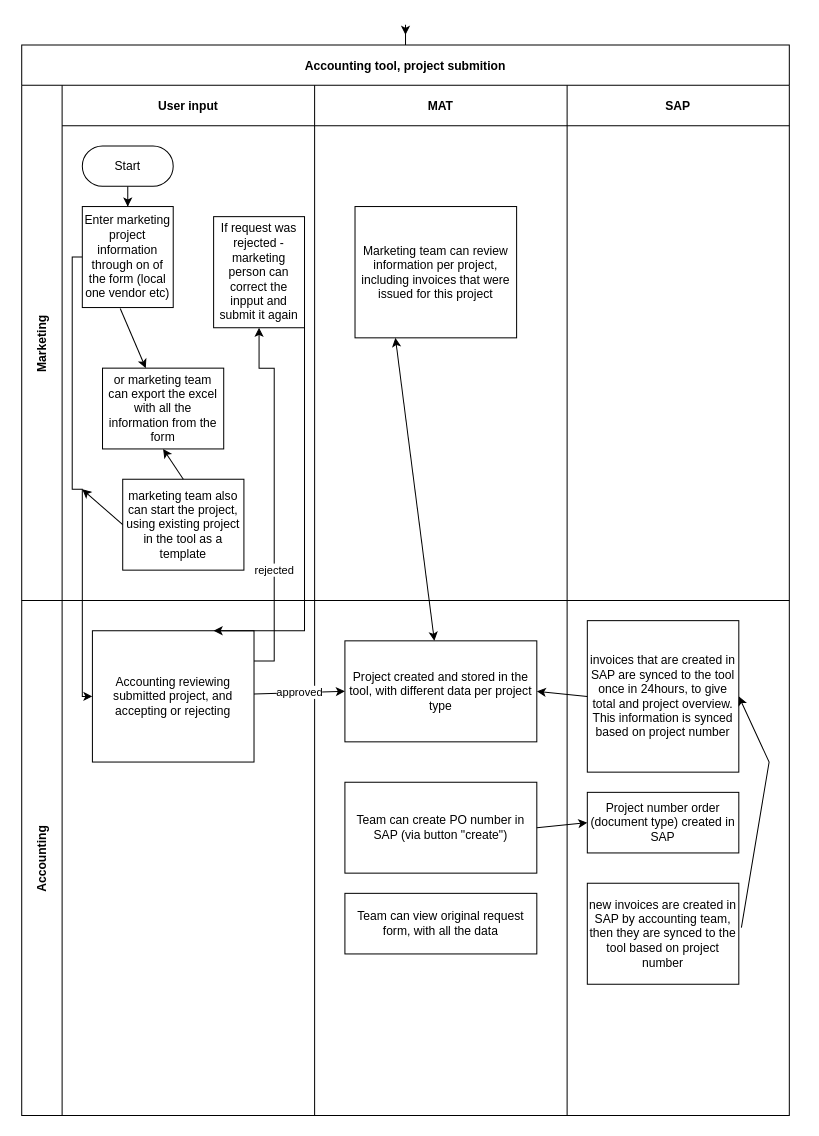
ArtemZan/formiks keeps this draw.io diagram as Untitled Diagram.drawio. Above is the earlier version. Source tidied: cells renumbered, new cells numbered last; positions are measured from the earlier drawing's top-left corner, leaving out a move shared by most shapes. Both pictures are drawn from the tidied source at 101%, with x=0, y=0 at pixel (21, 34).
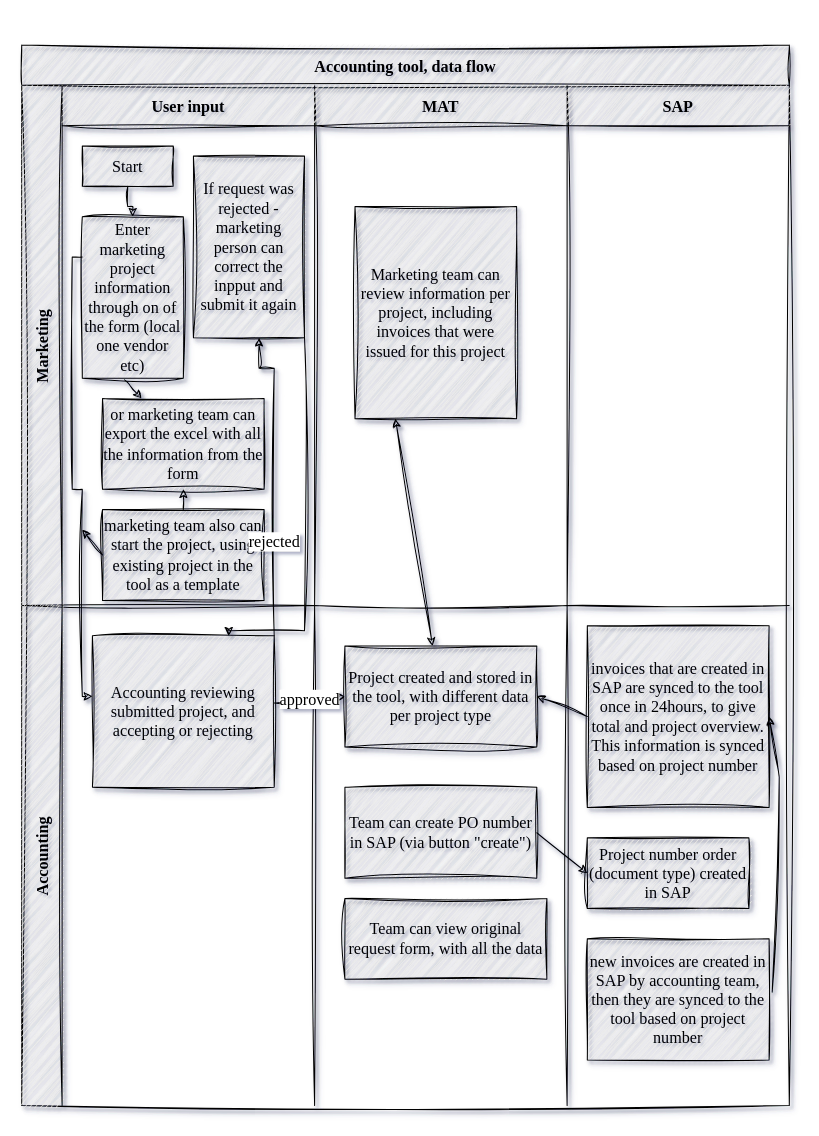
Above is the later version.

Change to the diagram source:
```diff
@@
-<mxGraphModel>
+<mxGraphModel shadow="1">
@@
-    <mxCell id="2" style="edgeStyle=orthogonalEdgeStyle;rounded=0;jettySize=auto;html=1;" parent="1" edge="1" source="3">
-      <mxGeometry relative="1" as="geometry">
-        <mxPoint x="380" as="targetPoint" />
-      </mxGeometry>
-    </mxCell>
-    <mxCell id="3" value="Accounting tool, project submition" style="shape=table;childLayout=tableLayout;startSize=40;fillColor=none;fontStyle=1;" parent="1" vertex="1">
-      <mxGeometry y="10" width="760" height="1060" as="geometry" />
+    <mxCell id="3" value="Accounting tool, data flow" style="shape=table;childLayout=tableLayout;startSize=40;fillColor=#EDEDED;fontStyle=1;sketch=1;curveFitting=1;jiggle=2;shadow=1;rounded=0;fontFamily=Times New Roman;fontSize=16;" parent="1" vertex="1">
+      <mxGeometry y="10" width="760" height="1050" as="geometry" />
     </mxCell>
-    <mxCell id="4" style="edgeStyle=orthogonalEdgeStyle;rounded=0;jettySize=auto;html=1;" parent="3" edge="1" source="9" target="20">
+    <mxCell id="4" style="edgeStyle=orthogonalEdgeStyle;rounded=0;jettySize=auto;html=1;sketch=1;curveFitting=1;jiggle=2;shadow=1;fontFamily=Times New Roman;fontSize=16;" parent="3" edge="1" source="9" target="20">
       <mxGeometry relative="1" as="geometry">
         <Array as="points">
           <mxPoint x="50" y="210" />
           <mxPoint x="50" y="440" />
           <mxPoint x="60" y="440" />
           <mxPoint x="60" y="645" />
         </Array>
       </mxGeometry>
     </mxCell>
-    <mxCell id="5" value="Marketing" style="shape=tableRow;horizontal=0;swimlaneHead=0;swimlaneBody=0;top=0;left=0;bottom=0;right=0;fillColor=none;startSize=40;fontStyle=1;" parent="3" vertex="1">
-      <mxGeometry y="40" width="760" height="510" as="geometry" />
+    <mxCell id="5" value="Marketing" style="shape=tableRow;horizontal=0;swimlaneHead=0;swimlaneBody=0;top=0;left=0;bottom=0;right=0;fillColor=#EDEDED;startSize=40;fontStyle=1;sketch=1;curveFitting=1;jiggle=2;shadow=1;rounded=0;fontFamily=Times New Roman;fontSize=16;" parent="3" vertex="1">
+      <mxGeometry y="40" width="760" height="515" as="geometry" />
     </mxCell>
-    <mxCell id="6" value="User input" style="swimlane;swimlaneHead=0;swimlaneBody=0;fillColor=none;startSize=40;fontStyle=1;" parent="5" vertex="1">
-      <mxGeometry x="40" width="250" height="510" as="geometry" />
+    <mxCell id="6" value="User input" style="swimlane;swimlaneHead=0;swimlaneBody=0;fillColor=#EDEDED;startSize=40;fontStyle=1;sketch=1;curveFitting=1;jiggle=2;shadow=1;rounded=0;fontFamily=Times New Roman;fontSize=16;" parent="5" vertex="1">
+      <mxGeometry x="40" width="250" height="515" as="geometry" />
     </mxCell>
-    <mxCell id="7" style="edgeStyle=orthogonalEdgeStyle;rounded=0;jettySize=auto;html=1;" parent="6" edge="1" source="8" target="9">
+    <mxCell id="7" style="edgeStyle=orthogonalEdgeStyle;rounded=0;jettySize=auto;html=1;sketch=1;curveFitting=1;jiggle=2;shadow=1;fontFamily=Times New Roman;fontSize=16;" parent="6" edge="1" source="8" target="9">
       <mxGeometry relative="1" as="geometry" />
     </mxCell>
-    <mxCell id="8" value="Start" style="rounded=1;whiteSpace=wrap;html=1;arcSize=50;" parent="6" vertex="1">
+    <mxCell id="8" value="Start" style="rounded=0;whiteSpace=wrap;html=1;arcSize=50;sketch=1;curveFitting=1;jiggle=2;shadow=1;fillColor=#EDEDED;fontFamily=Times New Roman;fontSize=16;" parent="6" vertex="1">
       <mxGeometry x="20" y="60" width="90" height="40" as="geometry" />
     </mxCell>
-    <mxCell id="9" value="Enter marketing project information through on of the form (local one vendor etc)" style="rounded=0;whiteSpace=wrap;html=1;" parent="6" vertex="1">
-      <mxGeometry x="20" y="120" width="90" height="100" as="geometry" />
+    <mxCell id="9" value="Enter marketing project information through on of the form (local one vendor etc)" style="rounded=0;whiteSpace=wrap;html=1;labelBackgroundColor=none;sketch=1;curveFitting=1;jiggle=2;shadow=1;fillColor=#EDEDED;fontFamily=Times New Roman;fontSize=16;" parent="6" vertex="1">
+      <mxGeometry x="20" y="130" width="100" height="160" as="geometry" />
     </mxCell>
-    <mxCell id="10" value="If request was rejected - marketing person can correct the inpput and submit it again" style="rounded=0;whiteSpace=wrap;html=1;" parent="6" vertex="1">
-      <mxGeometry x="150" y="130" width="90" height="110" as="geometry" />
+    <mxCell id="10" value="If request was rejected - marketing person can correct the inpput and submit it again" style="rounded=0;whiteSpace=wrap;html=1;sketch=1;curveFitting=1;jiggle=2;shadow=1;fillColor=#EDEDED;fontFamily=Times New Roman;fontSize=16;" parent="6" vertex="1">
+      <mxGeometry x="130" y="70" width="110" height="180" as="geometry" />
     </mxCell>
-    <mxCell id="11" value="marketing team also can start the project, using existing project in the tool as a template" style="rounded=0;whiteSpace=wrap;html=1;" parent="6" vertex="1">
-      <mxGeometry x="60" y="390" width="120" height="90" as="geometry" />
+    <mxCell id="11" value="marketing team also can start the project, using existing project in the tool as a template" style="rounded=0;whiteSpace=wrap;html=1;sketch=1;curveFitting=1;jiggle=2;shadow=1;fillColor=#EDEDED;fontFamily=Times New Roman;fontSize=16;" parent="6" vertex="1">
+      <mxGeometry x="40" y="420" width="160" height="90" as="geometry" />
     </mxCell>
-    <mxCell id="12" value="or marketing team can export the excel with all the information from the form" style="rounded=0;whiteSpace=wrap;html=1;" parent="6" vertex="1">
-      <mxGeometry x="40" y="280" width="120" height="80" as="geometry" />
+    <mxCell id="12" value="or marketing team can export the excel with all the information from the form" style="rounded=0;whiteSpace=wrap;html=1;sketch=1;curveFitting=1;jiggle=2;shadow=1;fillColor=#EDEDED;fontFamily=Times New Roman;fontSize=16;" parent="6" vertex="1">
+      <mxGeometry x="40" y="310" width="160" height="90" as="geometry" />
     </mxCell>
-    <mxCell id="13" style="endArrow=classic;html=1;rounded=0;exitX=0.417;exitY=1.01;exitDx=0;exitDy=0;exitPerimeter=0;" parent="6" edge="1" source="9" target="12">
+    <mxCell id="13" style="endArrow=classic;html=1;rounded=0;exitX=0.417;exitY=1.01;exitDx=0;exitDy=0;exitPerimeter=0;sketch=1;curveFitting=1;jiggle=2;shadow=1;fontFamily=Times New Roman;fontSize=16;" parent="6" edge="1" source="9" target="12">
       <mxGeometry relative="1" as="geometry" />
     </mxCell>
-    <mxCell id="14" style="endArrow=classic;html=1;rounded=0;exitX=0.5;exitY=0;exitDx=0;exitDy=0;entryX=0.5;entryY=1;entryDx=0;entryDy=0;" parent="6" edge="1" source="11" target="12">
+    <mxCell id="14" style="endArrow=classic;html=1;rounded=0;exitX=0.5;exitY=0;exitDx=0;exitDy=0;entryX=0.5;entryY=1;entryDx=0;entryDy=0;sketch=1;curveFitting=1;jiggle=2;shadow=1;fontFamily=Times New Roman;fontSize=16;" parent="6" edge="1" source="11" target="12">
       <mxGeometry relative="1" as="geometry" />
     </mxCell>
-    <mxCell id="15" value="MAT" style="swimlane;swimlaneHead=0;swimlaneBody=0;fillColor=none;startSize=40;fontStyle=1;" parent="5" vertex="1">
-      <mxGeometry x="290" width="250" height="510" as="geometry" />
+    <mxCell id="15" value="MAT" style="swimlane;swimlaneHead=0;swimlaneBody=0;fillColor=#EDEDED;startSize=40;fontStyle=1;sketch=1;curveFitting=1;jiggle=2;shadow=1;rounded=0;fontFamily=Times New Roman;fontSize=16;" parent="5" vertex="1">
+      <mxGeometry x="290" width="250" height="515" as="geometry" />
     </mxCell>
-    <mxCell id="16" value="Marketing team can review information per project, including invoices that were issued for this project" style="rounded=0;whiteSpace=wrap;html=1;" parent="15" vertex="1">
-      <mxGeometry x="40" y="120" width="160" height="130" as="geometry" />
+    <mxCell id="16" value="Marketing team can review information per project, including invoices that were issued for this project" style="rounded=0;whiteSpace=wrap;html=1;sketch=1;curveFitting=1;jiggle=2;shadow=1;fillColor=#EDEDED;fontFamily=Times New Roman;fontSize=16;" parent="15" vertex="1">
+      <mxGeometry x="40" y="120" width="160" height="210" as="geometry" />
     </mxCell>
-    <mxCell id="17" value="SAP" style="swimlane;swimlaneHead=0;swimlaneBody=0;fillColor=none;startSize=40;fontStyle=1;" parent="5" vertex="1">
-      <mxGeometry x="540" width="220" height="510" as="geometry" />
+    <mxCell id="17" value="SAP" style="swimlane;swimlaneHead=0;swimlaneBody=0;fillColor=#EDEDED;startSize=40;fontStyle=1;sketch=1;curveFitting=1;jiggle=2;shadow=1;rounded=0;fontFamily=Times New Roman;fontSize=16;" parent="5" vertex="1">
+      <mxGeometry x="540" width="220" height="515" as="geometry" />
     </mxCell>
-    <mxCell id="18" value="Accounting" style="shape=tableRow;horizontal=0;swimlaneHead=0;swimlaneBody=0;top=0;left=0;bottom=0;right=0;fillColor=none;startSize=40;fontStyle=1;" parent="3" vertex="1">
-      <mxGeometry y="550" width="760" height="510" as="geometry" />
+    <mxCell id="18" value="Accounting" style="shape=tableRow;horizontal=0;swimlaneHead=0;swimlaneBody=0;top=0;left=0;bottom=0;right=0;fillColor=#EDEDED;startSize=40;fontStyle=1;sketch=1;curveFitting=1;jiggle=2;shadow=1;rounded=0;fontFamily=Times New Roman;fontSize=16;" parent="3" vertex="1">
+      <mxGeometry y="555" width="760" height="495" as="geometry" />
     </mxCell>
-    <mxCell id="19" style="swimlane;swimlaneHead=0;swimlaneBody=0;fillColor=none;startSize=0;fontStyle=1;" parent="18" vertex="1">
-      <mxGeometry x="40" width="250" height="510" as="geometry" />
+    <mxCell id="19" style="swimlane;swimlaneHead=0;swimlaneBody=0;fillColor=none;startSize=0;fontStyle=1;sketch=1;curveFitting=1;jiggle=2;shadow=1;fontFamily=Times New Roman;fontSize=16;" parent="18" vertex="1">
+      <mxGeometry x="40" width="250" height="495" as="geometry" />
     </mxCell>
-    <mxCell id="20" value="Accounting reviewing submitted project, and accepting or rejecting" style="rounded=0;whiteSpace=wrap;html=1;" parent="19" vertex="1">
-      <mxGeometry x="30" y="30" width="160" height="130" as="geometry" />
+    <mxCell id="20" value="Accounting reviewing submitted project, and accepting or rejecting" style="rounded=0;whiteSpace=wrap;html=1;sketch=1;curveFitting=1;jiggle=2;shadow=1;fillColor=#EDEDED;fontFamily=Times New Roman;fontSize=16;" parent="19" vertex="1">
+      <mxGeometry x="30" y="30" width="180" height="150" as="geometry" />
     </mxCell>
-    <mxCell id="21" style="swimlane;swimlaneHead=0;swimlaneBody=0;fillColor=none;startSize=0;fontStyle=1;" parent="18" vertex="1">
-      <mxGeometry x="290" width="250" height="510" as="geometry" />
+    <mxCell id="21" style="swimlane;swimlaneHead=0;swimlaneBody=0;fillColor=none;startSize=0;fontStyle=1;sketch=1;curveFitting=1;jiggle=2;shadow=1;fontFamily=Times New Roman;fontSize=16;" parent="18" vertex="1">
+      <mxGeometry x="290" width="250" height="495" as="geometry" />
     </mxCell>
-    <mxCell id="22" value="Project created and stored in the tool, with different data per project type" style="whiteSpace=wrap;html=1;" parent="21" vertex="1">
+    <mxCell id="22" value="Project created and stored in the tool, with different data per project type" style="whiteSpace=wrap;html=1;sketch=1;curveFitting=1;jiggle=2;shadow=1;fillColor=#EDEDED;rounded=0;fontFamily=Times New Roman;fontSize=16;" parent="21" vertex="1">
       <mxGeometry x="30" y="40" width="190" height="100" as="geometry" />
     </mxCell>
-    <mxCell id="23" value="Team can create PO number in SAP (via button &quot;create&quot;)" style="rounded=0;whiteSpace=wrap;html=1;" parent="21" vertex="1">
+    <mxCell id="23" value="Team can create PO number in SAP (via button &quot;create&quot;)" style="rounded=0;whiteSpace=wrap;html=1;sketch=1;curveFitting=1;jiggle=2;shadow=1;fillColor=#EDEDED;fontFamily=Times New Roman;fontSize=16;" parent="21" vertex="1">
       <mxGeometry x="30" y="180" width="190" height="90" as="geometry" />
     </mxCell>
-    <mxCell id="24" value="Team can view original request form, with all the data" style="rounded=0;whiteSpace=wrap;html=1;" parent="21" vertex="1">
-      <mxGeometry x="30" y="290" width="190" height="60" as="geometry" />
+    <mxCell id="24" value="Team can view original request form, with all the data" style="rounded=0;whiteSpace=wrap;html=1;sketch=1;curveFitting=1;jiggle=2;shadow=1;fillColor=#EDEDED;fontFamily=Times New Roman;fontSize=16;" parent="21" vertex="1">
+      <mxGeometry x="30" y="290" width="200" height="80" as="geometry" />
     </mxCell>
-    <mxCell id="25" style="swimlane;swimlaneHead=0;swimlaneBody=0;fillColor=none;startSize=0;fontStyle=1;" parent="18" vertex="1">
-      <mxGeometry x="540" width="220" height="510" as="geometry" />
+    <mxCell id="25" style="swimlane;swimlaneHead=0;swimlaneBody=0;fillColor=none;startSize=0;fontStyle=1;sketch=1;curveFitting=1;jiggle=2;shadow=1;fontFamily=Times New Roman;fontSize=16;" parent="18" vertex="1">
+      <mxGeometry x="540" width="220" height="495" as="geometry" />
     </mxCell>
-    <mxCell id="26" value="invoices that are created in SAP are synced to the tool once in 24hours, to give total and project overview. This information is synced based on project number" style="whiteSpace=wrap;html=1;" parent="25" vertex="1">
-      <mxGeometry x="20" y="20" width="150" height="150" as="geometry" />
+    <mxCell id="26" value="invoices that are created in SAP are synced to the tool once in 24hours, to give total and project overview. This information is synced based on project number" style="whiteSpace=wrap;html=1;sketch=1;curveFitting=1;jiggle=2;shadow=1;fillColor=#EDEDED;rounded=0;fontFamily=Times New Roman;fontSize=16;" parent="25" vertex="1">
+      <mxGeometry x="20" y="20" width="180" height="180" as="geometry" />
     </mxCell>
-    <mxCell id="27" value="Project number order (document type) created in SAP" style="rounded=0;whiteSpace=wrap;html=1;" parent="25" vertex="1">
-      <mxGeometry x="20" y="190" width="150" height="60" as="geometry" />
+    <mxCell id="27" value="Project number order (document type) created in SAP" style="rounded=0;whiteSpace=wrap;html=1;sketch=1;curveFitting=1;jiggle=2;shadow=1;fillColor=#EDEDED;fontFamily=Times New Roman;fontSize=16;" parent="25" vertex="1">
+      <mxGeometry x="20" y="230" width="160" height="70" as="geometry" />
     </mxCell>
-    <mxCell id="28" value="new invoices are created in SAP by accounting team, then they are synced to the tool based on project number" style="rounded=0;whiteSpace=wrap;html=1;" parent="25" vertex="1">
-      <mxGeometry x="20" y="280" width="150" height="100" as="geometry" />
+    <mxCell id="28" value="new invoices are created in SAP by accounting team, then they are synced to the tool based on project number" style="rounded=0;whiteSpace=wrap;html=1;sketch=1;curveFitting=1;jiggle=2;shadow=1;fillColor=#EDEDED;fontFamily=Times New Roman;fontSize=16;" parent="25" vertex="1">
+      <mxGeometry x="20" y="330" width="180" height="120" as="geometry" />
     </mxCell>
-    <mxCell id="29" style="endArrow=classic;html=1;rounded=0;exitX=1.017;exitY=0.44;exitDx=0;exitDy=0;exitPerimeter=0;entryX=1;entryY=0.5;entryDx=0;entryDy=0;" parent="25" edge="1" source="28" target="26">
+    <mxCell id="29" style="endArrow=classic;html=1;rounded=0;exitX=1.017;exitY=0.44;exitDx=0;exitDy=0;exitPerimeter=0;entryX=1;entryY=0.5;entryDx=0;entryDy=0;sketch=1;curveFitting=1;jiggle=2;shadow=1;fontFamily=Times New Roman;fontSize=16;" parent="25" edge="1" source="28" target="26">
       <mxGeometry relative="1" as="geometry">
         <Array as="points">
-          <mxPoint x="200" y="160" />
+          <mxPoint x="210" y="170" />
         </Array>
       </mxGeometry>
     </mxCell>
-    <mxCell id="30" style="endArrow=classic;html=1;rounded=0;exitX=0;exitY=0.5;exitDx=0;exitDy=0;entryX=1;entryY=0.25;entryDx=0;entryDy=0;" parent="18" edge="1" source="26">
+    <mxCell id="30" style="endArrow=classic;html=1;rounded=0;exitX=0;exitY=0.5;exitDx=0;exitDy=0;entryX=1;entryY=0.25;entryDx=0;entryDy=0;sketch=1;curveFitting=1;jiggle=2;shadow=1;fontFamily=Times New Roman;fontSize=16;" parent="18" edge="1" source="26">
       <mxGeometry relative="1" as="geometry">
         <mxPoint x="510" y="90" as="targetPoint" />
       </mxGeometry>
     </mxCell>
-    <mxCell id="31" value="approved" style="endArrow=classic;html=1;rounded=0;entryX=0;entryY=0.5;entryDx=0;entryDy=0;" parent="18" edge="1" source="20" target="22">
+    <mxCell id="31" value="approved" style="endArrow=classic;html=1;rounded=0;entryX=0;entryY=0.5;entryDx=0;entryDy=0;sketch=1;curveFitting=1;jiggle=2;shadow=1;fontFamily=Times New Roman;fontSize=16;" parent="18" edge="1" source="20" target="22">
       <mxGeometry relative="1" as="geometry" />
     </mxCell>
-    <mxCell id="32" style="endArrow=classic;html=1;rounded=0;exitX=1;exitY=0.5;exitDx=0;exitDy=0;entryX=0;entryY=0.5;entryDx=0;entryDy=0;" parent="18" edge="1" source="23" target="27">
+    <mxCell id="32" style="endArrow=classic;html=1;rounded=0;exitX=1;exitY=0.5;exitDx=0;exitDy=0;entryX=0;entryY=0.5;entryDx=0;entryDy=0;sketch=1;curveFitting=1;jiggle=2;shadow=1;fontFamily=Times New Roman;fontSize=16;" parent="18" edge="1" source="23" target="27">
       <mxGeometry relative="1" as="geometry" />
     </mxCell>
-    <mxCell id="33" value="rejected" style="edgeStyle=orthogonalEdgeStyle;rounded=0;jettySize=auto;html=1;" parent="3" edge="1" source="20" target="10">
+    <mxCell id="33" value="rejected" style="edgeStyle=orthogonalEdgeStyle;rounded=0;jettySize=auto;html=1;sketch=1;curveFitting=1;jiggle=2;shadow=1;fontFamily=Times New Roman;fontSize=16;" parent="3" edge="1" source="20" target="10">
       <mxGeometry x="-0.4" relative="1" as="geometry">
         <Array as="points">
           <mxPoint x="250" y="610" />
           <mxPoint x="250" y="320" />
           <mxPoint x="235" y="320" />
         </Array>
       </mxGeometry>
     </mxCell>
-    <mxCell id="34" style="edgeStyle=orthogonalEdgeStyle;rounded=0;jettySize=auto;html=1;entryX=0.75;entryY=0;entryDx=0;entryDy=0;" parent="3" edge="1" source="10" target="20">
+    <mxCell id="34" style="edgeStyle=orthogonalEdgeStyle;rounded=0;jettySize=auto;html=1;entryX=0.75;entryY=0;entryDx=0;entryDy=0;sketch=1;curveFitting=1;jiggle=2;shadow=1;fontFamily=Times New Roman;fontSize=16;" parent="3" edge="1" source="10" target="20">
       <mxGeometry relative="1" as="geometry">
         <Array as="points">
           <mxPoint x="280" y="580" />
         </Array>
       </mxGeometry>
     </mxCell>
-    <mxCell id="35" style="endArrow=classic;startArrow=classic;html=1;rounded=0;entryX=0.25;entryY=1;entryDx=0;entryDy=0;" parent="3" edge="1" source="22" target="16">
+    <mxCell id="35" style="endArrow=classic;startArrow=classic;html=1;rounded=0;entryX=0.25;entryY=1;entryDx=0;entryDy=0;sketch=1;curveFitting=1;jiggle=2;shadow=1;fontFamily=Times New Roman;fontSize=16;" parent="3" edge="1" source="22" target="16">
       <mxGeometry relative="1" as="geometry" />
     </mxCell>
-    <mxCell id="36" style="endArrow=classic;html=1;rounded=0;exitX=0;exitY=0.5;exitDx=0;exitDy=0;" parent="1" edge="1" source="11">
+    <mxCell id="36" style="endArrow=classic;html=1;rounded=0;exitX=0;exitY=0.5;exitDx=0;exitDy=0;sketch=1;curveFitting=1;jiggle=2;shadow=1;fontFamily=Times New Roman;fontSize=16;" parent="1" edge="1" source="11">
       <mxGeometry relative="1" as="geometry">
-        <mxPoint x="60" y="450" as="targetPoint" />
+        <mxPoint x="60" y="490" as="targetPoint" />
       </mxGeometry>
     </mxCell>
```
